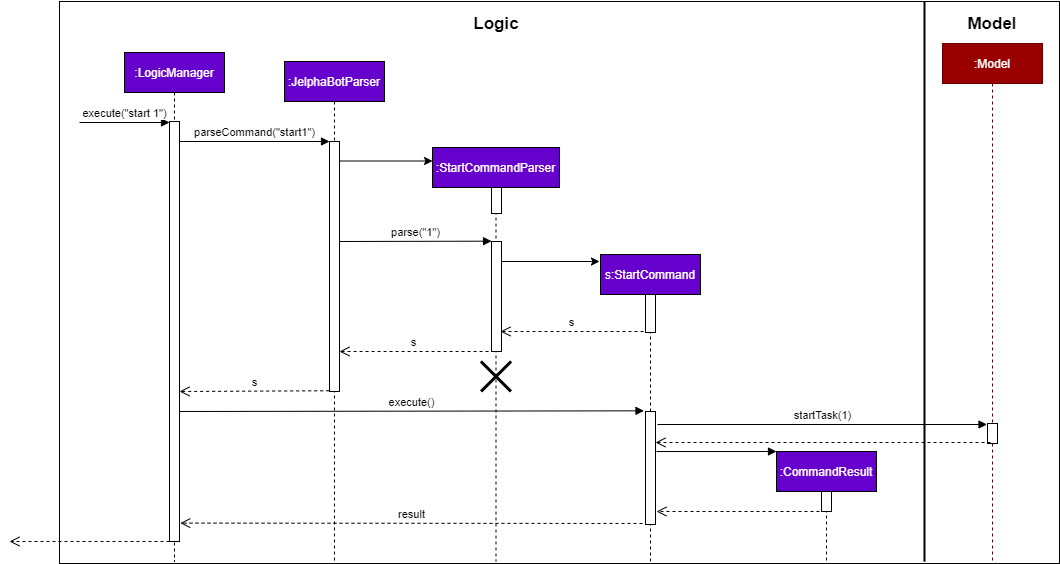
This is docs/images/StartSequenceDiagram.png from yapdianhao/main, a draw.io export, as it was before one commit. Source tidied: cells renumbered, new cells last; positions are measured from the earlier drawing's top-left corner, leaving out a move shared by most shapes. Source of this version:
```xml
<mxGraphModel>
  <root>
    <mxCell id="0" />
    <mxCell id="1" parent="0" />
    <mxCell id="2" style="rounded=0;whiteSpace=wrap;html=1;shadow=0;strokeColor=#000000;fillColor=#FFFFFF;fontColor=#FFFFFF;" parent="1" vertex="1">
      <mxGeometry x="50" width="1000" height="562" as="geometry" />
    </mxCell>
    <mxCell id="3" value="&lt;span style=&quot;color: rgb(255 , 255 , 255)&quot;&gt;:JelphaBotParser&lt;/span&gt;" style="shape=umlLifeline;perimeter=lifelinePerimeter;whiteSpace=wrap;html=1;fillColor=#6600CC;" parent="1" vertex="1">
      <mxGeometry x="275" y="60" width="100" height="500" as="geometry" />
    </mxCell>
    <mxCell id="4" value="&lt;span style=&quot;color: rgb(255 , 255 , 255)&quot;&gt;:LogicManager&lt;/span&gt;" style="shape=umlLifeline;perimeter=lifelinePerimeter;whiteSpace=wrap;html=1;fillColor=#6600CC;" parent="1" vertex="1">
      <mxGeometry x="115" y="51" width="100" height="509" as="geometry" />
    </mxCell>
    <mxCell id="5" value="execute()" style="html=1;verticalAlign=bottom;endArrow=block;entryX=-0.151;entryY=-0.006;entryDx=0;entryDy=0;entryPerimeter=0;" parent="4" edge="1" target="19">
      <mxGeometry relative="1" as="geometry">
        <mxPoint x="55" y="359" as="sourcePoint" />
      </mxGeometry>
    </mxCell>
    <mxCell id="6" style="html=1;perimeter=orthogonalPerimeter;" parent="1" vertex="1">
      <mxGeometry x="160" y="120" width="10" height="420" as="geometry" />
    </mxCell>
    <mxCell id="7" value="execute(&quot;start 1&quot;)" style="html=1;verticalAlign=bottom;endArrow=block;" parent="1" edge="1">
      <mxGeometry relative="1" as="geometry">
        <mxPoint x="70" y="121" as="sourcePoint" />
        <mxPoint x="160" y="121" as="targetPoint" />
      </mxGeometry>
    </mxCell>
    <mxCell id="8" style="html=1;points=[];perimeter=orthogonalPerimeter;fillColor=#FFFFFF;" parent="1" vertex="1">
      <mxGeometry x="320" y="140" width="10" height="250" as="geometry" />
    </mxCell>
    <mxCell id="9" value="parseCommand(&quot;start1&quot;)" style="html=1;verticalAlign=bottom;endArrow=block;" parent="1" edge="1" target="8">
      <mxGeometry relative="1" as="geometry">
        <mxPoint x="170" y="140" as="sourcePoint" />
      </mxGeometry>
    </mxCell>
    <mxCell id="10" style="endArrow=classic;html=1;entryX=0;entryY=0.75;entryDx=0;entryDy=0;" parent="1" edge="1" source="8">
      <mxGeometry relative="1" as="geometry">
        <mxPoint x="423" y="159.5" as="targetPoint" />
      </mxGeometry>
    </mxCell>
    <mxCell id="11" value="s" style="html=1;verticalAlign=bottom;endArrow=open;dashed=1;endSize=8;exitX=-0.292;exitY=1;exitDx=0;exitDy=0;exitPerimeter=0;" parent="1" edge="1" source="16" target="8">
      <mxGeometry relative="1" as="geometry" />
    </mxCell>
    <mxCell id="12" value="s" style="html=1;verticalAlign=bottom;endArrow=open;dashed=1;endSize=8;exitX=-0.033;exitY=0.997;exitDx=0;exitDy=0;exitPerimeter=0;" parent="1" edge="1" source="8">
      <mxGeometry relative="1" as="geometry">
        <mxPoint x="170" y="390" as="targetPoint" />
      </mxGeometry>
    </mxCell>
    <mxCell id="13" value="parse(&quot;1&quot;)" style="html=1;verticalAlign=bottom;endArrow=block;entryX=0.004;entryY=-0.003;entryDx=0;entryDy=0;entryPerimeter=0;" parent="1" edge="1" target="16">
      <mxGeometry relative="1" as="geometry">
        <mxPoint x="330" y="240" as="sourcePoint" />
      </mxGeometry>
    </mxCell>
    <mxCell id="14" value="&lt;font color=&quot;#ffffff&quot;&gt;:StartCommandParser&lt;/font&gt;" style="shape=umlLifeline;perimeter=lifelinePerimeter;whiteSpace=wrap;html=1;fillColor=#6600CC;" parent="1" vertex="1">
      <mxGeometry x="423" y="146" width="127" height="414" as="geometry" />
    </mxCell>
    <mxCell id="15" style="shape=umlDestroy;whiteSpace=wrap;html=1;strokeWidth=3;fillColor=#ffffff;" parent="14" vertex="1">
      <mxGeometry x="48.5" y="214" width="30" height="30" as="geometry" />
    </mxCell>
    <mxCell id="16" style="html=1;points=[];perimeter=orthogonalPerimeter;fillColor=#FFFFFF;" parent="1" vertex="1">
      <mxGeometry x="482" y="240" width="10" height="110" as="geometry" />
    </mxCell>
    <mxCell id="17" style="html=1;perimeter=orthogonalPerimeter;fillColor=#FFFFFF;" parent="1" vertex="1">
      <mxGeometry x="482" y="186" width="10" height="26" as="geometry" />
    </mxCell>
    <mxCell id="18" value="&lt;span style=&quot;color: rgb(255 , 255 , 255)&quot;&gt;s:StartCommand&lt;/span&gt;" style="shape=umlLifeline;perimeter=lifelinePerimeter;whiteSpace=wrap;html=1;fillColor=#6600CC;" parent="1" vertex="1">
      <mxGeometry x="591" y="253" width="100" height="307" as="geometry" />
    </mxCell>
    <mxCell id="19" style="html=1;points=[];perimeter=orthogonalPerimeter;fillColor=#ffffff;" parent="18" vertex="1">
      <mxGeometry x="45" y="157" width="10" height="113" as="geometry" />
    </mxCell>
    <mxCell id="20" style="html=1;verticalAlign=bottom;endArrow=block;" parent="18" edge="1">
      <mxGeometry relative="1" as="geometry">
        <mxPoint x="56" y="197" as="sourcePoint" />
        <mxPoint x="176" y="197" as="targetPoint" />
      </mxGeometry>
    </mxCell>
    <mxCell id="21" value="startTask(1)" style="html=1;verticalAlign=bottom;endArrow=block;" parent="18" edge="1">
      <mxGeometry relative="1" as="geometry">
        <mxPoint x="57" y="170" as="sourcePoint" />
        <mxPoint x="386.5" y="170" as="targetPoint" />
      </mxGeometry>
    </mxCell>
    <mxCell id="22" value="&lt;span style=&quot;color: rgb(255 , 255 , 255)&quot;&gt;:CommandResult&lt;/span&gt;" style="shape=umlLifeline;perimeter=lifelinePerimeter;whiteSpace=wrap;html=1;fillColor=#6600CC;" parent="1" vertex="1">
      <mxGeometry x="767" y="450" width="100" height="110" as="geometry" />
    </mxCell>
    <mxCell id="23" style="html=1;perimeter=orthogonalPerimeter;fillColor=#ffffff;" parent="22" vertex="1">
      <mxGeometry x="45" y="40" width="10" height="20" as="geometry" />
    </mxCell>
    <mxCell id="24" style="html=1;perimeter=orthogonalPerimeter;fillColor=#ffffff;" parent="1" vertex="1">
      <mxGeometry x="636" y="293" width="10" height="38" as="geometry" />
    </mxCell>
    <mxCell id="25" style="endArrow=classic;html=1;" parent="1" edge="1">
      <mxGeometry relative="1" as="geometry">
        <mxPoint x="492" y="260" as="sourcePoint" />
        <mxPoint x="590" y="260" as="targetPoint" />
      </mxGeometry>
    </mxCell>
    <mxCell id="26" value="s" style="html=1;verticalAlign=bottom;endArrow=open;dashed=1;endSize=8;" parent="1" edge="1">
      <mxGeometry relative="1" as="geometry">
        <mxPoint x="634" y="330" as="sourcePoint" />
        <mxPoint x="491" y="330" as="targetPoint" />
      </mxGeometry>
    </mxCell>
    <mxCell id="27" value="result" style="html=1;verticalAlign=bottom;endArrow=open;dashed=1;endSize=8;entryX=1.078;entryY=0.98;entryDx=0;entryDy=0;entryPerimeter=0;" parent="1" edge="1">
      <mxGeometry relative="1" as="geometry">
        <mxPoint x="633" y="522" as="sourcePoint" />
        <mxPoint x="170.8" y="521.6" as="targetPoint" />
      </mxGeometry>
    </mxCell>
    <mxCell id="28" style="html=1;verticalAlign=bottom;endArrow=open;dashed=1;endSize=8;" parent="1" edge="1">
      <mxGeometry x="0.04" y="-10" relative="1" as="geometry">
        <mxPoint x="810" y="510" as="sourcePoint" />
        <mxPoint x="647" y="510" as="targetPoint" />
      </mxGeometry>
    </mxCell>
    <mxCell id="29" value="&lt;font color=&quot;#ffffff&quot;&gt;:Model&lt;/font&gt;" style="shape=umlLifeline;perimeter=lifelinePerimeter;whiteSpace=wrap;html=1;fillColor=#990000;strokeColor=#660000;" parent="1" vertex="1">
      <mxGeometry x="933" y="42" width="100" height="520" as="geometry" />
    </mxCell>
    <mxCell id="30" style="html=1;points=[];perimeter=orthogonalPerimeter;strokeColor=#000000;fillColor=#FFFFFF;" parent="29" vertex="1">
      <mxGeometry x="45" y="380" width="10" height="20" as="geometry" />
    </mxCell>
    <mxCell id="31" style="html=1;verticalAlign=bottom;endArrow=open;dashed=1;endSize=8;exitX=0.3;exitY=0.95;exitDx=0;exitDy=0;exitPerimeter=0;" parent="1" edge="1" source="30">
      <mxGeometry relative="1" as="geometry">
        <mxPoint x="646" y="441" as="targetPoint" />
      </mxGeometry>
    </mxCell>
    <mxCell id="32" style="line;strokeWidth=2;direction=south;html=1;fillColor=#FFFFFF;" parent="1" vertex="1">
      <mxGeometry x="910" width="10" height="560" as="geometry" />
    </mxCell>
    <mxCell id="33" style="html=1;verticalAlign=bottom;endArrow=open;dashed=1;endSize=8;" parent="1" edge="1">
      <mxGeometry relative="1" as="geometry">
        <mxPoint x="160" y="540" as="sourcePoint" />
        <mxPoint y="540" as="targetPoint" />
      </mxGeometry>
    </mxCell>
    <mxCell id="34" value="&lt;b&gt;&lt;font style=&quot;font-size: 17px&quot;&gt;Logic&lt;/font&gt;&lt;/b&gt;" style="text;html=1;strokeColor=none;fillColor=none;align=center;verticalAlign=middle;whiteSpace=wrap;rounded=0;" parent="1" vertex="1">
      <mxGeometry x="467" y="12" width="40" height="20" as="geometry" />
    </mxCell>
    <mxCell id="35" value="&lt;b&gt;&lt;font style=&quot;font-size: 17px&quot;&gt;Model&lt;/font&gt;&lt;/b&gt;" style="text;html=1;strokeColor=none;fillColor=none;align=center;verticalAlign=middle;whiteSpace=wrap;rounded=0;" parent="1" vertex="1">
      <mxGeometry x="963" y="12" width="40" height="20" as="geometry" />
    </mxCell>
  </root>
</mxGraphModel>
```
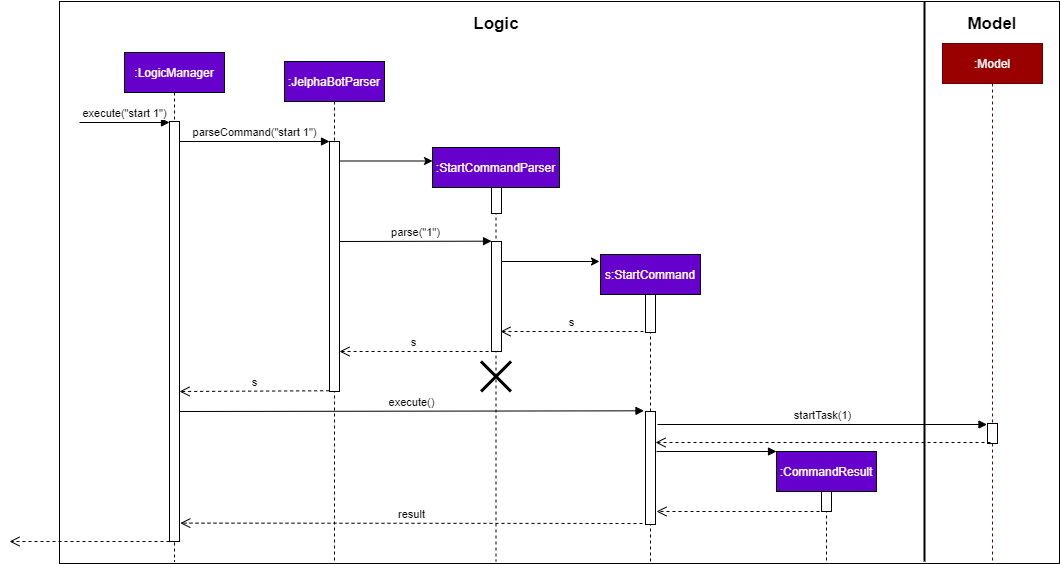
Above is the later version.

Commit message:
update start sequence diagram

The edit, as a diff of the source:
```diff
@@ -28,7 +28,7 @@
     <mxCell id="8" style="html=1;points=[];perimeter=orthogonalPerimeter;fillColor=#FFFFFF;" parent="1" vertex="1">
       <mxGeometry x="320" y="140" width="10" height="250" as="geometry" />
     </mxCell>
-    <mxCell id="9" value="parseCommand(&quot;start1&quot;)" style="html=1;verticalAlign=bottom;endArrow=block;" parent="1" edge="1" target="8">
+    <mxCell id="9" value="parseCommand(&quot;start 1&quot;)" style="html=1;verticalAlign=bottom;endArrow=block;" parent="1" edge="1" target="8">
       <mxGeometry relative="1" as="geometry">
         <mxPoint x="170" y="140" as="sourcePoint" />
       </mxGeometry>
```
